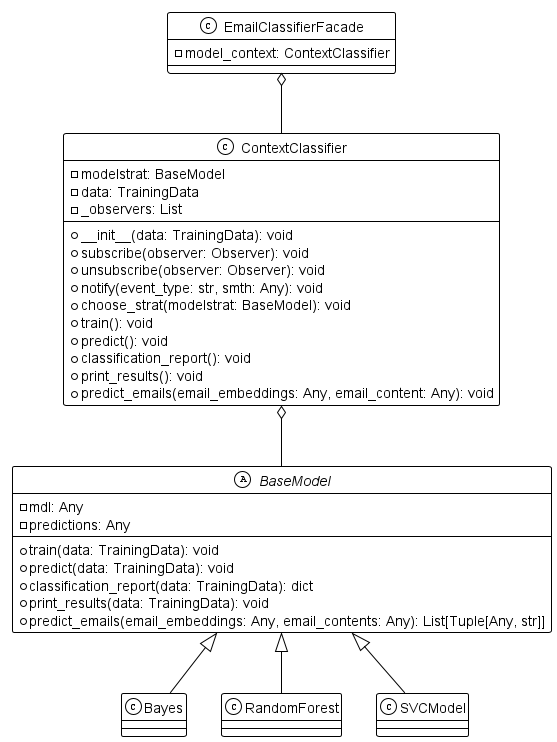
The PlantUML diagram out/uml/strategy_pattern/strategy_pattern.png in chrnas/email-classifier, before a commit. Source of this version:
```plantuml
@startuml
!theme mono

class EmailClassifierFacade {
    - model_context: ContextClassifier
}

class ContextClassifier {
    - modelstrat: BaseModel
    - data: TrainingData
    - _observers: List
    + __init__(data: TrainingData): void
    + subscribe(observer: Observer): void
    + unsubscribe(observer: Observer): void
    + notify(event_type: str, smth: Any): void
    + choose_strat(modelstrat: BaseModel): void
    + train(): void
    + predict(): void
    + classification_report(): void
    + print_results(): void
    + predict_emails(email_embeddings: Any, email_content: Any): void
}

abstract class BaseModel {
    - mdl: Any
    - predictions: Any
    + train(data: TrainingData): void
    + predict(data: TrainingData): void
    + classification_report(data: TrainingData): dict
    + print_results(data: TrainingData): void
    + predict_emails(email_embeddings: Any, email_contents: Any): List[Tuple[Any, str]]
}

class Bayes {
}
class RandomForest {
}
class SVCModel {
}



ContextClassifier o-- BaseModel
BaseModel <|-- Bayes
BaseModel <|-- RandomForest
BaseModel <|-- SVCModel
EmailClassifierFacade o-- ContextClassifier
@enduml
```
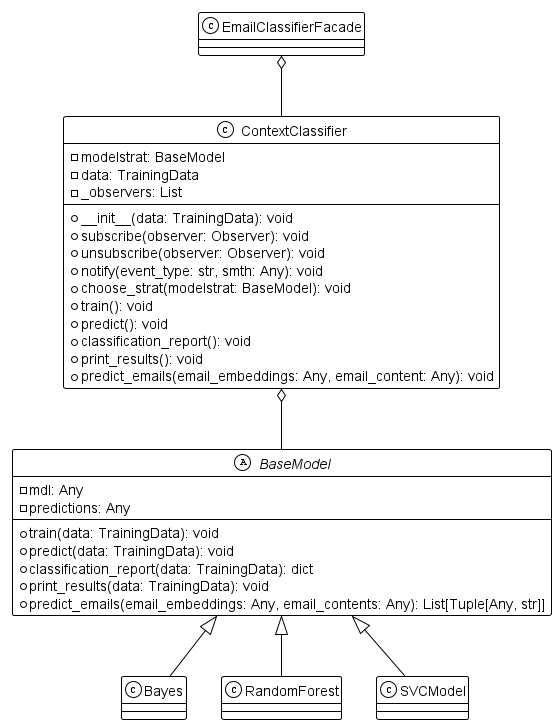
Above is the later version.

Change to the diagram source:
```diff
@@ -1,9 +1,5 @@
 @startuml
 !theme mono
-
-class EmailClassifierFacade {
-    - model_context: ContextClassifier
-}
 
 class ContextClassifier {
     - modelstrat: BaseModel
```
